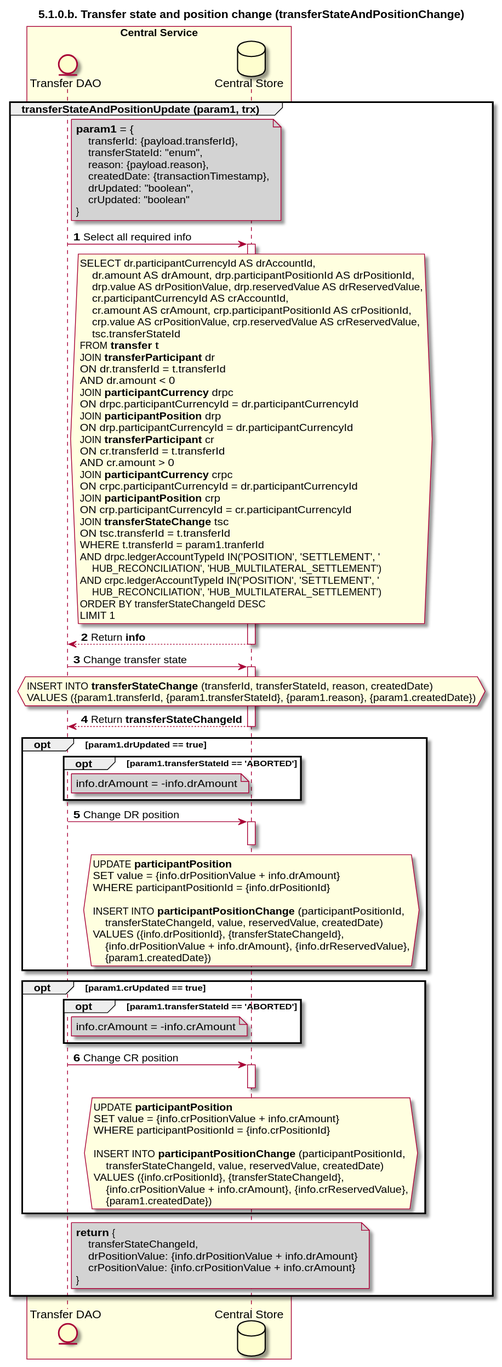
Before: Diagrams/SequenceDiagrams/seq-recfunds-5.1.0.b-transferStateAndPositionChange.svg, a diagram exported from PlantUML (ggrg/docs).
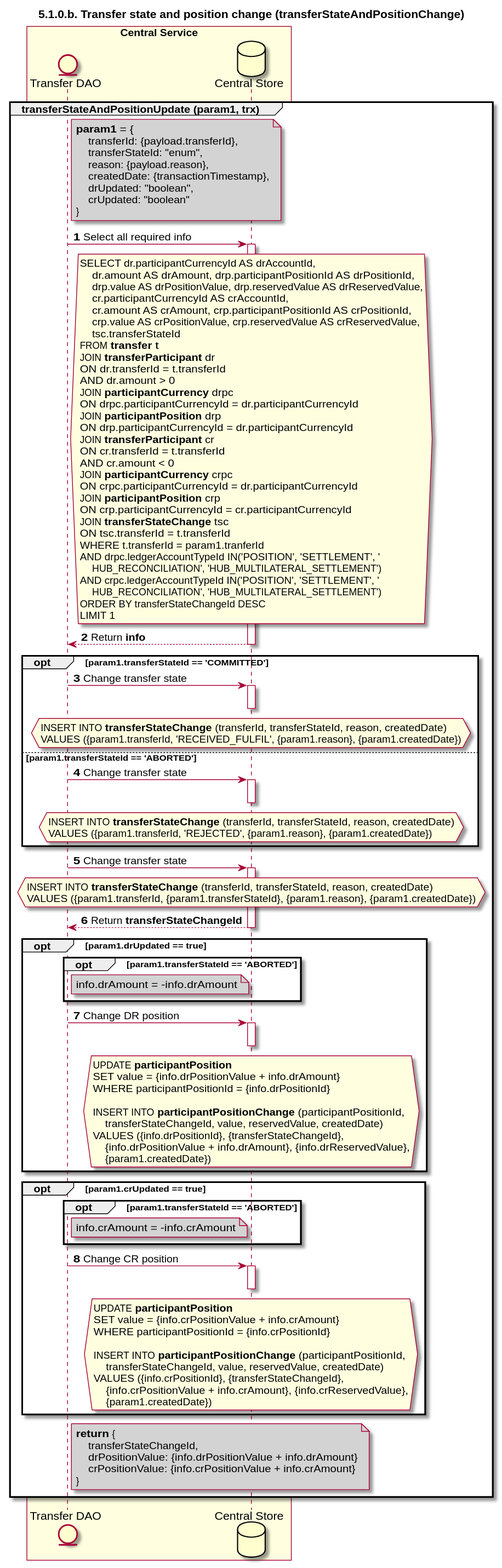
Above is the later version.

Commit message:
Update diagrams according to implementation (changed requirement)

What changed in the source:
```diff
@@ -37,14 +37,14 @@
         FROM **transfer** t
         JOIN **transferParticipant** dr
         ON dr.transferId = t.transferId
-        AND dr.amount < 0
+        AND dr.amount > 0
         JOIN **participantCurrency** drpc
         ON drpc.participantCurrencyId = dr.participantCurrencyId
         JOIN **participantPosition** drp
         ON drp.participantCurrencyId = dr.participantCurrencyId
         JOIN **transferParticipant** cr
         ON cr.transferId = t.transferId
-        AND cr.amount > 0
+        AND cr.amount < 0
         JOIN **participantCurrency** crpc
         ON crpc.participantCurrencyId = dr.participantCurrencyId
         JOIN **participantPosition** crp
@@ -61,6 +61,24 @@
     end hnote
     TRANSFER_DAO <-- DB: Return **info**
     deactivate DB
+
+    opt param1.transferStateId == 'COMMITTED'
+        TRANSFER_DAO -> DB: Change transfer state
+        activate DB
+        deactivate DB
+        hnote over DB #lightyellow
+            INSERT INTO **transferStateChange** (transferId, transferStateId, reason, createdDate)
+            VALUES ({param1.transferId, 'RECEIVED_FULFIL', {param1.reason}, {param1.createdDate})
+        end hnote
+    else param1.transferStateId == 'ABORTED'
+        TRANSFER_DAO -> DB: Change transfer state
+        activate DB
+        deactivate DB
+        hnote over DB #lightyellow
+            INSERT INTO **transferStateChange** (transferId, transferStateId, reason, createdDate)
+            VALUES ({param1.transferId, 'REJECTED', {param1.reason}, {param1.createdDate})
+        end hnote
+    end
 
     TRANSFER_DAO -> DB: Change transfer state
     activate DB
```
